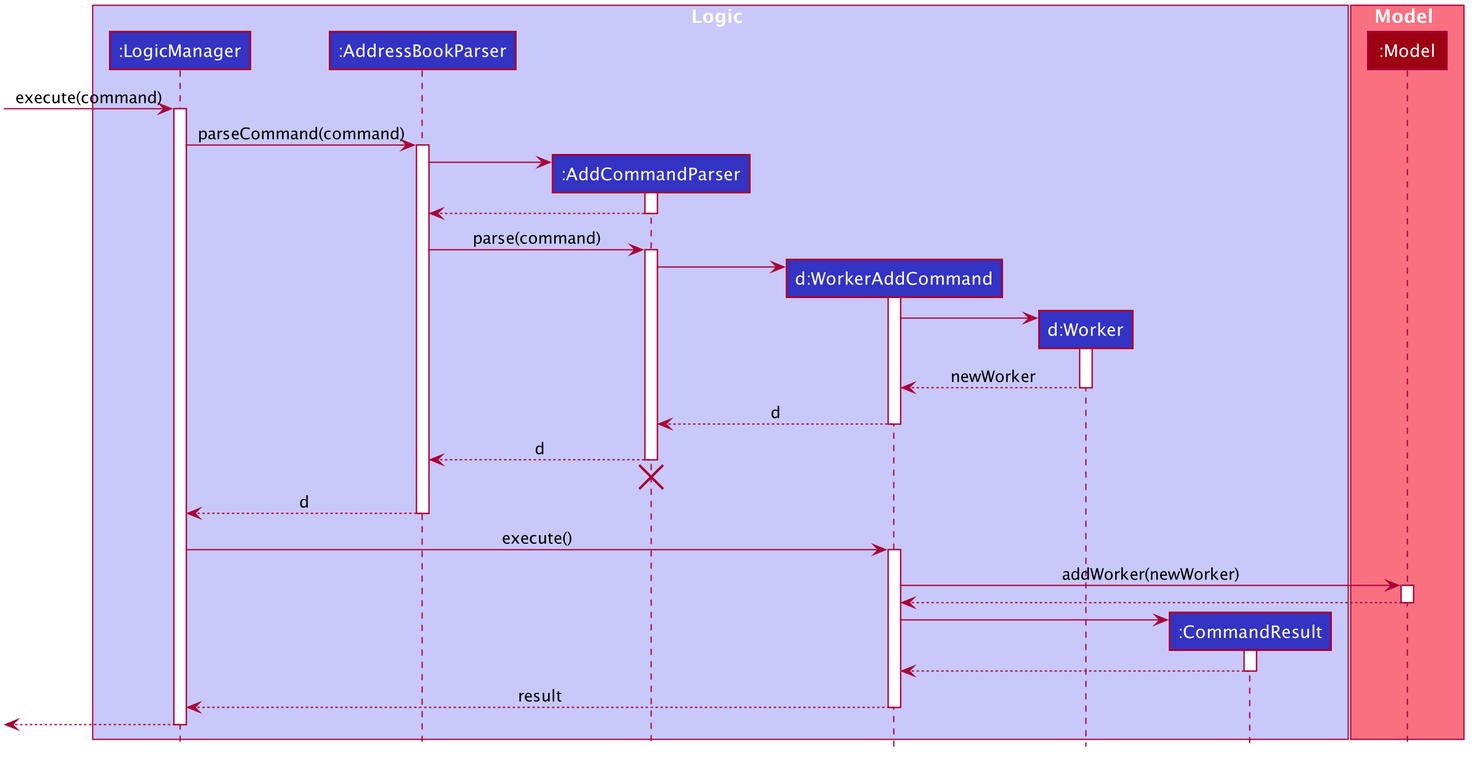
Above: docs/images/AddWorkerSequenceDiagram.png in wakululuu/tp (PlantUML), before the change.
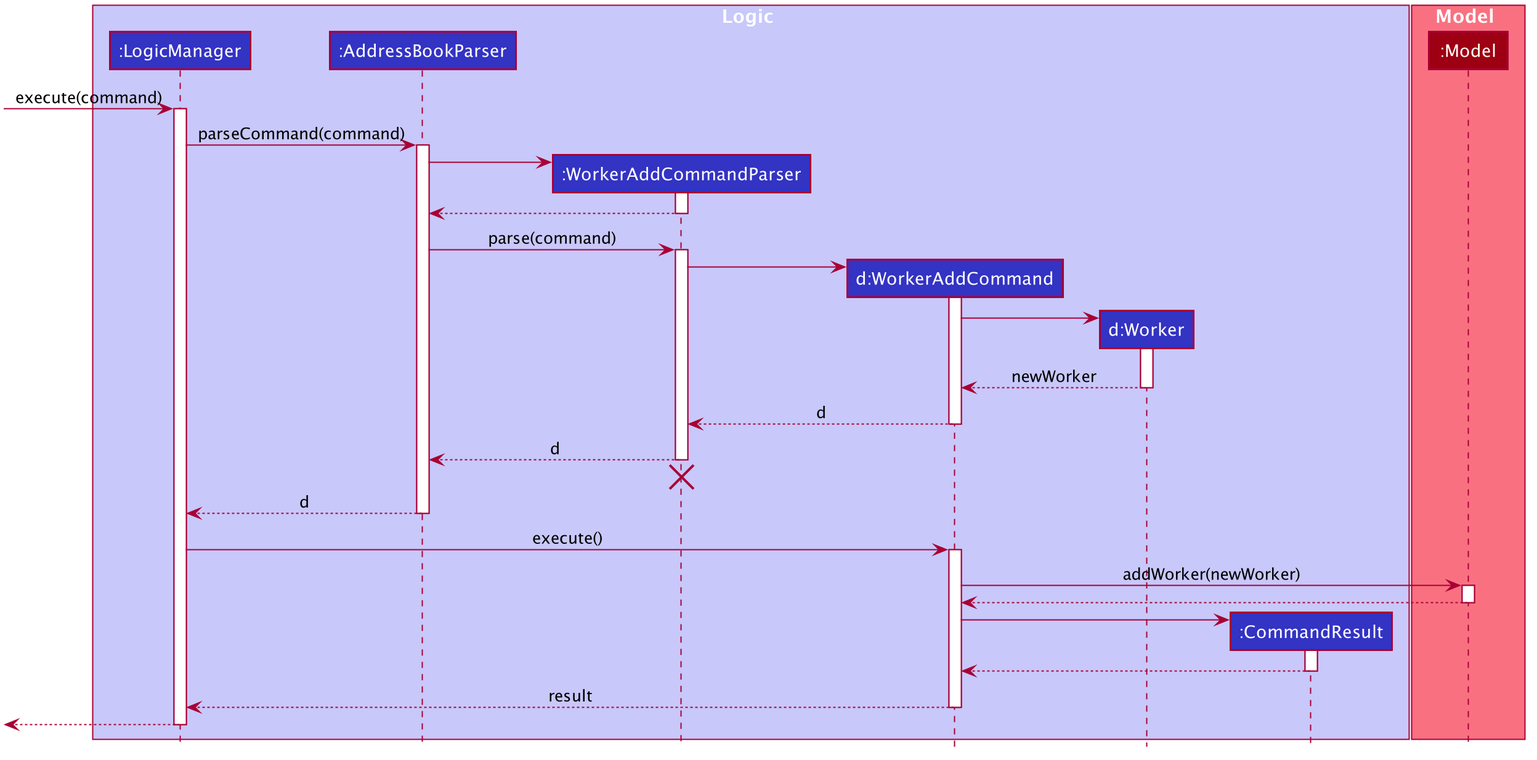
The same file after the commit.

Commit message:
Refactor parsers to have Worker prefix

Diff of the diagram source:
```diff
@@ -17,6 +17,8 @@
     BorderColor #FFFFFF
     StereotypeFontColor #FFFFFF
     FontName Arial
+    AttributeFontColor #FFFFFF
+    AttributeFontName Arial
 }
 
 skinparam Actor {
@@ -45,13 +47,13 @@
 skinparam packageStyle Rectangle
 
 hide footbox
-hide members
+hide empty members
 hide circle
 
 box Logic #C8C8FA
 participant ":LogicManager" as LogicManager #3333C4
 participant ":AddressBookParser" as AddressBookParser #3333C4
-participant ":AddCommandParser" as AddCommandParser #3333C4
+participant ":WorkerAddCommandParser" as WorkerAddCommandParser #3333C4
 participant "d:WorkerAddCommand" as WorkerAddCommand #3333C4
 participant "d:Worker" as Worker #3333C4
 participant ":CommandResult" as CommandResult #3333C4
@@ -67,18 +69,18 @@
 LogicManager -> AddressBookParser : parseCommand(command)
 activate AddressBookParser
 
-create AddCommandParser
-AddressBookParser -> AddCommandParser
-activate AddCommandParser
+create WorkerAddCommandParser
+AddressBookParser -> WorkerAddCommandParser
+activate WorkerAddCommandParser
 
-AddCommandParser --> AddressBookParser
-deactivate AddCommandParser
+WorkerAddCommandParser --> AddressBookParser
+deactivate WorkerAddCommandParser
 
-AddressBookParser -> AddCommandParser : parse(command)
-activate AddCommandParser
+AddressBookParser -> WorkerAddCommandParser : parse(command)
+activate WorkerAddCommandParser
 
 create WorkerAddCommand
-AddCommandParser -> WorkerAddCommand
+WorkerAddCommandParser -> WorkerAddCommand
 activate WorkerAddCommand
 
 create Worker
@@ -87,13 +89,13 @@
 return newWorker
 deactivate Worker
 
-WorkerAddCommand --> AddCommandParser : d
+WorkerAddCommand --> WorkerAddCommandParser : d
 deactivate WorkerAddCommand
 
-AddCommandParser --> AddressBookParser : d
-deactivate AddCommandParser
-AddCommandParser -[hidden]-> AddressBookParser
-destroy AddCommandParser
+WorkerAddCommandParser --> AddressBookParser : d
+deactivate WorkerAddCommandParser
+WorkerAddCommandParser -[hidden]-> AddressBookParser
+destroy WorkerAddCommandParser
 
 AddressBookParser --> LogicManager : d
 deactivate AddressBookParser
```
